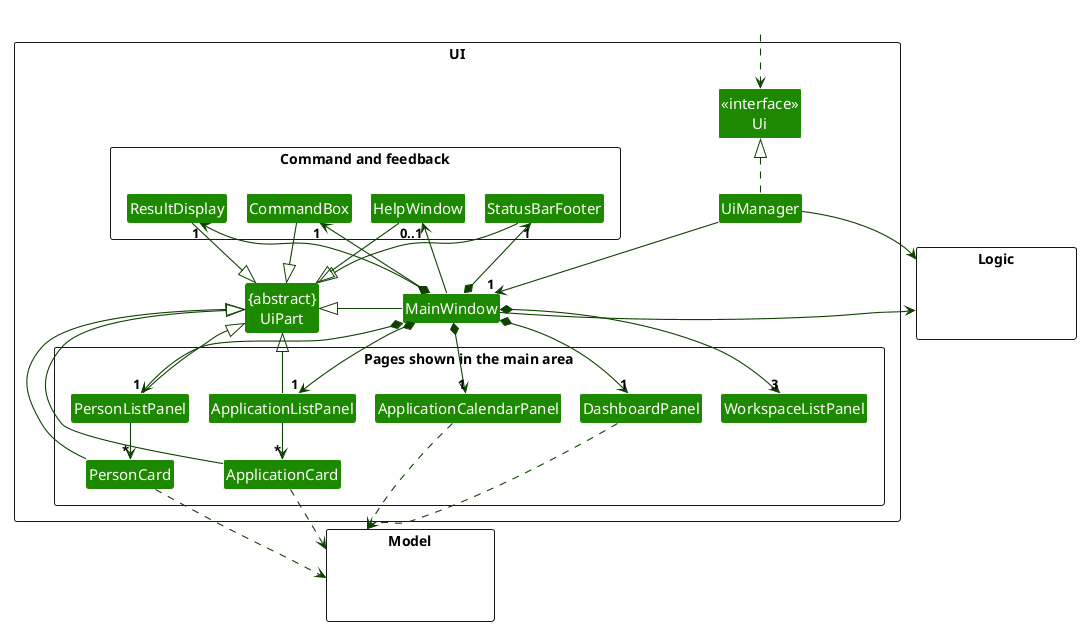
AY2627S1-CS2103T-T12-3/tp keeps this PlantUML diagram as docs/images/UiClassDiagram.png. Above is the earlier version.
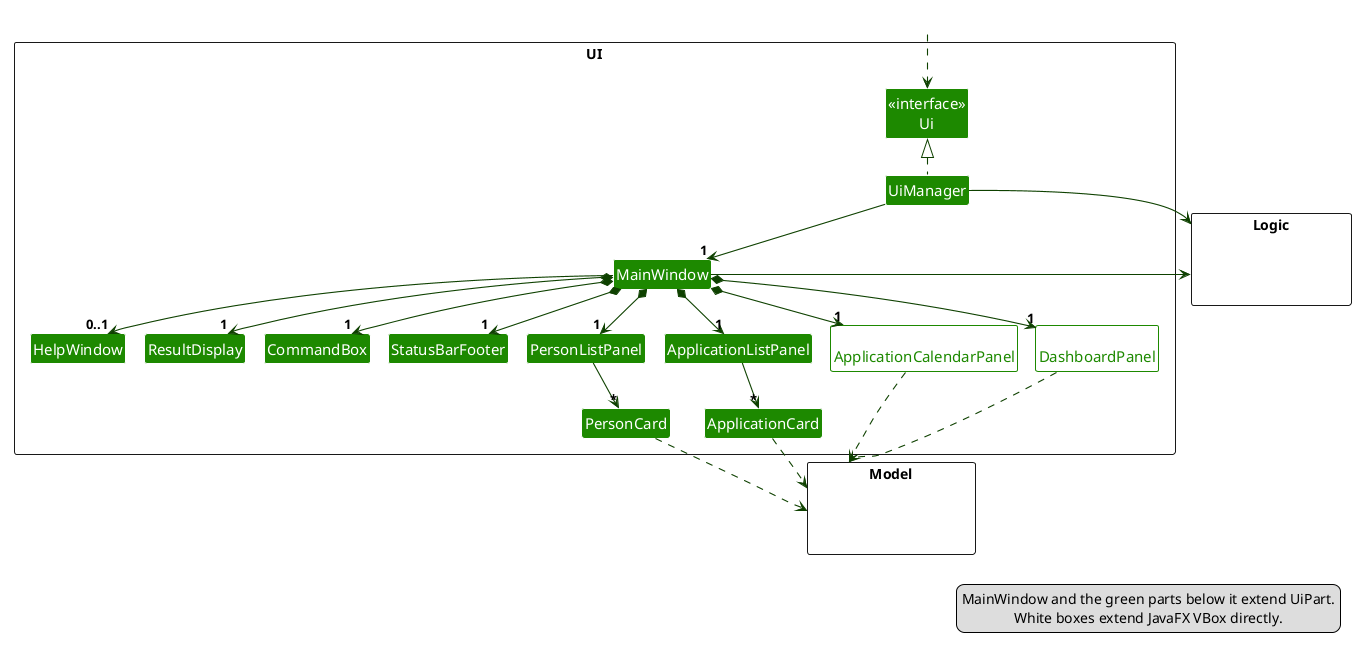
The same file after the commit.

Commit message:
docs: simplify UI class diagram and correct UiPart wording

Drop the UiPart inheritance arrows in favour of a legend, mark the
VBox-based panels, and fix the Developer Guide text that implied every
UI part extends UiPart.

The edit, as a diff of the source:
```diff
@@ -3,30 +3,26 @@
 skinparam arrowThickness 1.1
 skinparam arrowColor UI_COLOR_T4
 skinparam classBackgroundColor UI_COLOR
-skinparam packageStyle rectangle
+skinparam class<<VBox>> {
+    BackgroundColor #FFFFFF
+    BorderColor UI_COLOR
+    FontColor UI_COLOR
+}
 
 package UI <<Rectangle>>{
 Class "<<interface>>\nUi" as Ui
-Class "{abstract}\nUiPart" as UiPart
 Class UiManager
 Class MainWindow
-
-package "Command and feedback" <<Rectangle>> {
+Class HelpWindow
+Class ResultDisplay
 Class CommandBox
-Class ResultDisplay
 Class StatusBarFooter
-Class HelpWindow
-}
-
-package "Pages shown in the main area" <<Rectangle>> {
-Class DashboardPanel
-Class WorkspaceListPanel
 Class PersonListPanel
 Class PersonCard
 Class ApplicationListPanel
 Class ApplicationCard
-Class ApplicationCalendarPanel
-}
+Class DashboardPanel <<VBox>>
+Class ApplicationCalendarPanel <<VBox>>
 }
 
 package Model <<Rectangle>> {
@@ -48,29 +44,31 @@
 MainWindow *-down-> "1" CommandBox
 MainWindow *-down-> "1" ResultDisplay
 MainWindow *-down-> "1" StatusBarFooter
-MainWindow --> "0..1" HelpWindow
-
-MainWindow *-down-> "1" DashboardPanel
-MainWindow *-down-> "3" WorkspaceListPanel
+MainWindow -down-> "0..1" HelpWindow
 MainWindow *-down-> "1" PersonListPanel
 MainWindow *-down-> "1" ApplicationListPanel
 MainWindow *-down-> "1" ApplicationCalendarPanel
+MainWindow *-down-> "1" DashboardPanel
 
 PersonListPanel -down-> "*" PersonCard
 ApplicationListPanel -down-> "*" ApplicationCard
 
-MainWindow -left-|> UiPart
-CommandBox --|> UiPart
-ResultDisplay --|> UiPart
-StatusBarFooter --|> UiPart
-HelpWindow --|> UiPart
-PersonListPanel --|> UiPart
-PersonCard --|> UiPart
-ApplicationListPanel --|> UiPart
-ApplicationCard --|> UiPart
 
-DashboardPanel ..> Model
-ApplicationCalendarPanel ..> Model
+HelpWindow -[hidden]right- ResultDisplay
+ResultDisplay -[hidden]right- CommandBox
+CommandBox -[hidden]right- StatusBarFooter
+StatusBarFooter -[hidden]right- PersonListPanel
+PersonListPanel -[hidden]right- ApplicationListPanel
+ApplicationListPanel -[hidden]right- ApplicationCalendarPanel
+ApplicationCalendarPanel -[hidden]right- DashboardPanel
+
 PersonCard ..> Model
 ApplicationCard ..> Model
+ApplicationCalendarPanel ..> Model
+DashboardPanel ..> Model
+
+legend bottom right
+MainWindow and the green parts below it extend UiPart.
+White boxes extend JavaFX VBox directly.
+end legend
 @enduml
```
